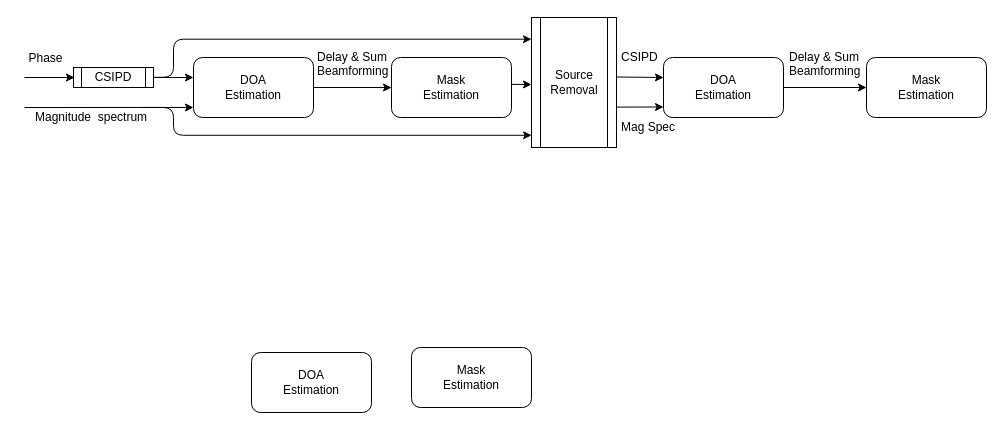
Before: draw.io/Loop_estimation.drawio in sunits/Random, a draw.io diagram. Source tidied: cells renumbered, new cells numbered last; positions are measured from the earlier drawing's top-left corner, leaving out a move shared by most shapes. Both pictures are drawn from the tidied source at 100%, with x=0, y=0 at pixel (24, 17).
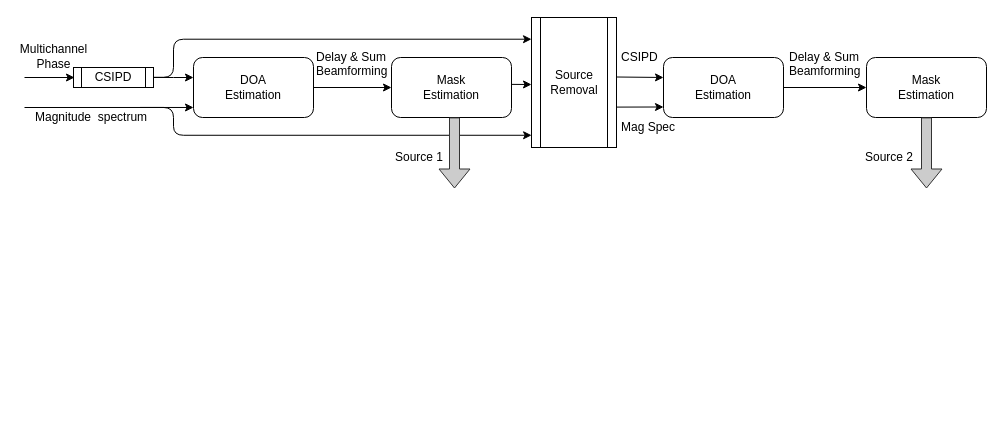
The same diagram, later.

Unchanged cells that the change refers to:
```xml
<mxCell id="7" style="endArrow=classic;html=1;" parent="1" edge="1">
  <mxGeometry relative="1" as="geometry">
    <mxPoint y="60" as="sourcePoint" />
    <mxPoint x="50" y="60" as="targetPoint" />
  </mxGeometry>
</mxCell>
```

Change to the diagram source:
```diff
@@
-    <mxCell id="4" value="&lt;div&gt;DOA&lt;/div&gt;&lt;div&gt;Estimation&lt;br&gt;&lt;/div&gt;" style="rounded=1;whiteSpace=wrap;html=1;" parent="1" vertex="1">
-      <mxGeometry x="227" y="335" width="120" height="60" as="geometry" />
-    </mxCell>
-    <mxCell id="5" value="&lt;div&gt;Mask&lt;/div&gt;&lt;div&gt;Estimation&lt;/div&gt;" style="rounded=1;whiteSpace=wrap;html=1;" parent="1" vertex="1">
-      <mxGeometry x="387" y="330" width="120" height="60" as="geometry" />
-    </mxCell>
     <mxCell id="6" value="&lt;div&gt;Delay &amp;amp; Sum&lt;/div&gt;&lt;div&gt;Beamforming&lt;br&gt;&lt;/div&gt;" style="text;html=1;align=left;verticalAlign=top;spacingTop=-4;" parent="1" vertex="1">
-      <mxGeometry x="291" y="30" width="80" height="30" as="geometry" />
+      <mxGeometry x="290" y="30" width="80" height="30" as="geometry" />
     </mxCell>
@@
-    <mxCell id="8" value="Phase" style="text;html=1;align=center;verticalAlign=middle;labelBackgroundColor=#ffffff;" parent="7" vertex="1">
+    <mxCell id="8" value="&lt;div&gt;Multichannel&lt;br&gt;&lt;/div&gt;&lt;div&gt;Phase&lt;/div&gt;" style="text;html=1;align=center;verticalAlign=middle;labelBackgroundColor=#ffffff;" parent="7" vertex="1">
       <mxGeometry x="-0.42" relative="1" as="geometry">
-        <mxPoint x="5.5" y="-20" as="offset" />
+        <mxPoint x="13.5" y="-22" as="offset" />
       </mxGeometry>
     </mxCell>
@@
+    <mxCell id="26" style="shape=flexArrow;endArrow=classic;html=1;exitX=0.45;exitY=0.999;exitDx=0;exitDy=0;exitPerimeter=0;fillColor=#CCCCCC;strokeColor=#333333;" parent="1" edge="1">
+      <mxGeometry relative="1" as="geometry">
+        <mxPoint x="430" y="99.9" as="sourcePoint" />
+        <mxPoint x="430" y="171" as="targetPoint" />
+      </mxGeometry>
+    </mxCell>
+    <mxCell id="27" style="shape=flexArrow;endArrow=classic;html=1;exitX=0.45;exitY=0.999;exitDx=0;exitDy=0;exitPerimeter=0;fillColor=#CCCCCC;strokeColor=#333333;" parent="1" edge="1">
+      <mxGeometry relative="1" as="geometry">
+        <mxPoint x="902" y="99.9" as="sourcePoint" />
+        <mxPoint x="902" y="171" as="targetPoint" />
+      </mxGeometry>
+    </mxCell>
+    <mxCell id="28" value="&lt;div&gt;Source 1&lt;/div&gt;&lt;div&gt;&lt;br&gt;&lt;/div&gt;" style="text;html=1;align=left;verticalAlign=top;spacingTop=-4;" parent="1" vertex="1">
+      <mxGeometry x="369" y="130" width="60" height="30" as="geometry" />
+    </mxCell>
+    <mxCell id="29" value="&lt;div&gt;Source 2&lt;br&gt;&lt;/div&gt;" style="text;html=1;align=left;verticalAlign=top;spacingTop=-4;" parent="1" vertex="1">
+      <mxGeometry x="839" y="130" width="60" height="20" as="geometry" />
+    </mxCell>
```
